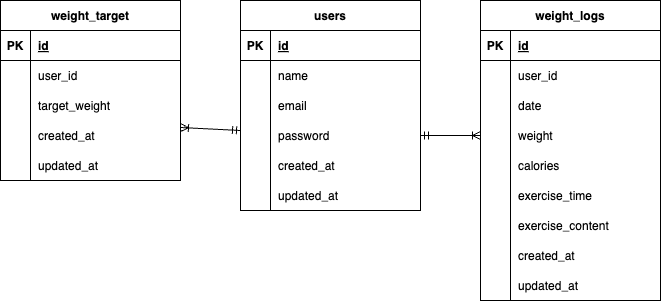
Earlier version of the draw.io export PiGLy.drawio.png (saaya0401/PiGLy). Source tidied: cells renumbered, new cells last; positions are measured from the earlier drawing's top-left corner, leaving out a move shared by most shapes. Source of this version:
```xml
<mxGraphModel>
  <root>
    <mxCell id="0" />
    <mxCell id="1" parent="0" />
    <mxCell id="2" value="users" style="shape=table;startSize=30;rowLines=0;fontStyle=1;align=center;" parent="1" vertex="1">
      <mxGeometry x="240" width="180" height="210" as="geometry" />
    </mxCell>
    <mxCell id="3" style="shape=tableRow;horizontal=0;startSize=0;swimlaneHead=0;swimlaneBody=0;fillColor=none;top=0;left=0;right=0;bottom=1;" parent="2" vertex="1">
      <mxGeometry y="30" width="180" height="30" as="geometry" />
    </mxCell>
    <mxCell id="4" value="PK" style="shape=partialRectangle;fillColor=none;top=0;left=0;bottom=0;right=0;fontStyle=1;overflow=hidden;" parent="3" vertex="1">
      <mxGeometry width="30" height="30" as="geometry" />
    </mxCell>
    <mxCell id="5" value="id" style="shape=partialRectangle;fillColor=none;top=0;left=0;bottom=0;right=0;align=left;spacingLeft=6;fontStyle=5;overflow=hidden;" parent="3" vertex="1">
      <mxGeometry x="30" width="150" height="30" as="geometry" />
    </mxCell>
    <mxCell id="6" style="shape=tableRow;horizontal=0;startSize=0;swimlaneHead=0;swimlaneBody=0;fillColor=none;top=0;left=0;right=0;bottom=0;" parent="2" vertex="1">
      <mxGeometry y="60" width="180" height="30" as="geometry" />
    </mxCell>
    <mxCell id="7" style="shape=partialRectangle;fillColor=none;top=0;left=0;bottom=0;right=0;overflow=hidden;" parent="6" vertex="1">
      <mxGeometry width="30" height="30" as="geometry" />
    </mxCell>
    <mxCell id="8" value="name" style="shape=partialRectangle;fillColor=none;top=0;left=0;bottom=0;right=0;align=left;spacingLeft=6;overflow=hidden;" parent="6" vertex="1">
      <mxGeometry x="30" width="150" height="30" as="geometry" />
    </mxCell>
    <mxCell id="9" style="shape=tableRow;horizontal=0;startSize=0;swimlaneHead=0;swimlaneBody=0;fillColor=none;top=0;left=0;right=0;bottom=0;" parent="2" vertex="1">
      <mxGeometry y="90" width="180" height="30" as="geometry" />
    </mxCell>
    <mxCell id="10" style="shape=partialRectangle;fillColor=none;top=0;left=0;bottom=0;right=0;overflow=hidden;" parent="9" vertex="1">
      <mxGeometry width="30" height="30" as="geometry" />
    </mxCell>
    <mxCell id="11" value="email" style="shape=partialRectangle;fillColor=none;top=0;left=0;bottom=0;right=0;align=left;spacingLeft=6;overflow=hidden;" parent="9" vertex="1">
      <mxGeometry x="30" width="150" height="30" as="geometry" />
    </mxCell>
    <mxCell id="12" style="shape=tableRow;horizontal=0;startSize=0;swimlaneHead=0;swimlaneBody=0;fillColor=none;points=[[0,0.5],[1,0.5]];portConstraint=eastwest;top=0;left=0;right=0;bottom=0;" parent="2" vertex="1">
      <mxGeometry y="120" width="180" height="30" as="geometry" />
    </mxCell>
    <mxCell id="13" style="shape=partialRectangle;fillColor=none;top=0;left=0;bottom=0;right=0;overflow=hidden;" parent="12" vertex="1">
      <mxGeometry width="30" height="30" as="geometry" />
    </mxCell>
    <mxCell id="14" value="password" style="shape=partialRectangle;fillColor=none;top=0;left=0;bottom=0;right=0;align=left;spacingLeft=6;overflow=hidden;" parent="12" vertex="1">
      <mxGeometry x="30" width="150" height="30" as="geometry" />
    </mxCell>
    <mxCell id="15" style="shape=tableRow;horizontal=0;startSize=0;swimlaneHead=0;swimlaneBody=0;fillColor=none;top=0;left=0;right=0;bottom=0;" parent="2" vertex="1">
      <mxGeometry y="150" width="180" height="30" as="geometry" />
    </mxCell>
    <mxCell id="16" style="shape=partialRectangle;fillColor=none;top=0;left=0;bottom=0;right=0;overflow=hidden;" parent="15" vertex="1">
      <mxGeometry width="30" height="30" as="geometry" />
    </mxCell>
    <mxCell id="17" value="created_at" style="shape=partialRectangle;fillColor=none;top=0;left=0;bottom=0;right=0;align=left;spacingLeft=6;overflow=hidden;" parent="15" vertex="1">
      <mxGeometry x="30" width="150" height="30" as="geometry" />
    </mxCell>
    <mxCell id="18" style="shape=tableRow;horizontal=0;startSize=0;swimlaneHead=0;swimlaneBody=0;fillColor=none;top=0;left=0;right=0;bottom=0;" parent="2" vertex="1">
      <mxGeometry y="180" width="180" height="30" as="geometry" />
    </mxCell>
    <mxCell id="19" style="shape=partialRectangle;fillColor=none;top=0;left=0;bottom=0;right=0;overflow=hidden;" parent="18" vertex="1">
      <mxGeometry width="30" height="30" as="geometry" />
    </mxCell>
    <mxCell id="20" value="updated_at" style="shape=partialRectangle;fillColor=none;top=0;left=0;bottom=0;right=0;align=left;spacingLeft=6;overflow=hidden;" parent="18" vertex="1">
      <mxGeometry x="30" width="150" height="30" as="geometry" />
    </mxCell>
    <mxCell id="21" value="weight_target" style="shape=table;startSize=30;rowLines=0;fontStyle=1;align=center;" parent="1" vertex="1">
      <mxGeometry width="180" height="180" as="geometry" />
    </mxCell>
    <mxCell id="22" style="shape=tableRow;horizontal=0;startSize=0;swimlaneHead=0;swimlaneBody=0;fillColor=none;top=0;left=0;right=0;bottom=1;" parent="21" vertex="1">
      <mxGeometry y="30" width="180" height="30" as="geometry" />
    </mxCell>
    <mxCell id="23" value="PK" style="shape=partialRectangle;fillColor=none;top=0;left=0;bottom=0;right=0;fontStyle=1;overflow=hidden;" parent="22" vertex="1">
      <mxGeometry width="30" height="30" as="geometry" />
    </mxCell>
    <mxCell id="24" value="id" style="shape=partialRectangle;fillColor=none;top=0;left=0;bottom=0;right=0;align=left;spacingLeft=6;fontStyle=5;overflow=hidden;" parent="22" vertex="1">
      <mxGeometry x="30" width="150" height="30" as="geometry" />
    </mxCell>
    <mxCell id="25" style="shape=tableRow;horizontal=0;startSize=0;swimlaneHead=0;swimlaneBody=0;fillColor=none;top=0;left=0;right=0;bottom=0;" parent="21" vertex="1">
      <mxGeometry y="60" width="180" height="30" as="geometry" />
    </mxCell>
    <mxCell id="26" style="shape=partialRectangle;fillColor=none;top=0;left=0;bottom=0;right=0;overflow=hidden;" parent="25" vertex="1">
      <mxGeometry width="30" height="30" as="geometry" />
    </mxCell>
    <mxCell id="27" value="user_id" style="shape=partialRectangle;fillColor=none;top=0;left=0;bottom=0;right=0;align=left;spacingLeft=6;overflow=hidden;" parent="25" vertex="1">
      <mxGeometry x="30" width="150" height="30" as="geometry" />
    </mxCell>
    <mxCell id="28" style="shape=tableRow;horizontal=0;startSize=0;swimlaneHead=0;swimlaneBody=0;fillColor=none;top=0;left=0;right=0;bottom=0;" parent="21" vertex="1">
      <mxGeometry y="90" width="180" height="30" as="geometry" />
    </mxCell>
    <mxCell id="29" style="shape=partialRectangle;fillColor=none;top=0;left=0;bottom=0;right=0;overflow=hidden;" parent="28" vertex="1">
      <mxGeometry width="30" height="30" as="geometry" />
    </mxCell>
    <mxCell id="30" value="target_weight" style="shape=partialRectangle;fillColor=none;top=0;left=0;bottom=0;right=0;align=left;spacingLeft=6;overflow=hidden;" parent="28" vertex="1">
      <mxGeometry x="30" width="150" height="30" as="geometry" />
    </mxCell>
    <mxCell id="31" style="shape=tableRow;horizontal=0;startSize=0;swimlaneHead=0;swimlaneBody=0;fillColor=none;top=0;left=0;right=0;bottom=0;" parent="21" vertex="1">
      <mxGeometry y="120" width="180" height="30" as="geometry" />
    </mxCell>
    <mxCell id="32" style="shape=partialRectangle;fillColor=none;top=0;left=0;bottom=0;right=0;overflow=hidden;" parent="31" vertex="1">
      <mxGeometry width="30" height="30" as="geometry" />
    </mxCell>
    <mxCell id="33" value="created_at" style="shape=partialRectangle;fillColor=none;top=0;left=0;bottom=0;right=0;align=left;spacingLeft=6;overflow=hidden;" parent="31" vertex="1">
      <mxGeometry x="30" width="150" height="30" as="geometry" />
    </mxCell>
    <mxCell id="34" style="shape=tableRow;horizontal=0;startSize=0;swimlaneHead=0;swimlaneBody=0;fillColor=none;top=0;left=0;right=0;bottom=0;" parent="21" vertex="1">
      <mxGeometry y="150" width="180" height="30" as="geometry" />
    </mxCell>
    <mxCell id="35" style="shape=partialRectangle;fillColor=none;top=0;left=0;bottom=0;right=0;overflow=hidden;" parent="34" vertex="1">
      <mxGeometry width="30" height="30" as="geometry" />
    </mxCell>
    <mxCell id="36" value="updated_at" style="shape=partialRectangle;fillColor=none;top=0;left=0;bottom=0;right=0;align=left;spacingLeft=6;overflow=hidden;" parent="34" vertex="1">
      <mxGeometry x="30" width="150" height="30" as="geometry" />
    </mxCell>
    <mxCell id="37" value="weight_logs" style="shape=table;startSize=30;rowLines=0;fontStyle=1;align=center;" parent="1" vertex="1">
      <mxGeometry x="480" width="180" height="300" as="geometry" />
    </mxCell>
    <mxCell id="38" style="shape=tableRow;horizontal=0;startSize=0;swimlaneHead=0;swimlaneBody=0;fillColor=none;top=0;left=0;right=0;bottom=1;" parent="37" vertex="1">
      <mxGeometry y="30" width="180" height="30" as="geometry" />
    </mxCell>
    <mxCell id="39" value="PK" style="shape=partialRectangle;fillColor=none;top=0;left=0;bottom=0;right=0;fontStyle=1;overflow=hidden;" parent="38" vertex="1">
      <mxGeometry width="30" height="30" as="geometry" />
    </mxCell>
    <mxCell id="40" value="id" style="shape=partialRectangle;fillColor=none;top=0;left=0;bottom=0;right=0;align=left;spacingLeft=6;fontStyle=5;overflow=hidden;" parent="38" vertex="1">
      <mxGeometry x="30" width="150" height="30" as="geometry" />
    </mxCell>
    <mxCell id="41" style="shape=tableRow;horizontal=0;startSize=0;swimlaneHead=0;swimlaneBody=0;fillColor=none;top=0;left=0;right=0;bottom=0;" parent="37" vertex="1">
      <mxGeometry y="60" width="180" height="30" as="geometry" />
    </mxCell>
    <mxCell id="42" style="shape=partialRectangle;fillColor=none;top=0;left=0;bottom=0;right=0;overflow=hidden;" parent="41" vertex="1">
      <mxGeometry width="30" height="30" as="geometry" />
    </mxCell>
    <mxCell id="43" value="user_id" style="shape=partialRectangle;fillColor=none;top=0;left=0;bottom=0;right=0;align=left;spacingLeft=6;overflow=hidden;" parent="41" vertex="1">
      <mxGeometry x="30" width="150" height="30" as="geometry" />
    </mxCell>
    <mxCell id="44" style="shape=tableRow;horizontal=0;startSize=0;swimlaneHead=0;swimlaneBody=0;fillColor=none;top=0;left=0;right=0;bottom=0;" parent="37" vertex="1">
      <mxGeometry y="90" width="180" height="30" as="geometry" />
    </mxCell>
    <mxCell id="45" style="shape=partialRectangle;fillColor=none;top=0;left=0;bottom=0;right=0;overflow=hidden;" parent="44" vertex="1">
      <mxGeometry width="30" height="30" as="geometry" />
    </mxCell>
    <mxCell id="46" value="date" style="shape=partialRectangle;fillColor=none;top=0;left=0;bottom=0;right=0;align=left;spacingLeft=6;overflow=hidden;" parent="44" vertex="1">
      <mxGeometry x="30" width="150" height="30" as="geometry" />
    </mxCell>
    <mxCell id="47" style="shape=tableRow;horizontal=0;startSize=0;swimlaneHead=0;swimlaneBody=0;fillColor=none;points=[[0,0.5],[1,0.5]];portConstraint=eastwest;top=0;left=0;right=0;bottom=0;" parent="37" vertex="1">
      <mxGeometry y="120" width="180" height="30" as="geometry" />
    </mxCell>
    <mxCell id="48" style="shape=partialRectangle;fillColor=none;top=0;left=0;bottom=0;right=0;overflow=hidden;" parent="47" vertex="1">
      <mxGeometry width="30" height="30" as="geometry" />
    </mxCell>
    <mxCell id="49" value="weight" style="shape=partialRectangle;fillColor=none;top=0;left=0;bottom=0;right=0;align=left;spacingLeft=6;overflow=hidden;" parent="47" vertex="1">
      <mxGeometry x="30" width="150" height="30" as="geometry" />
    </mxCell>
    <mxCell id="50" style="shape=tableRow;horizontal=0;startSize=0;swimlaneHead=0;swimlaneBody=0;fillColor=none;top=0;left=0;right=0;bottom=0;" parent="37" vertex="1">
      <mxGeometry y="150" width="180" height="30" as="geometry" />
    </mxCell>
    <mxCell id="51" style="shape=partialRectangle;fillColor=none;top=0;left=0;bottom=0;right=0;overflow=hidden;" parent="50" vertex="1">
      <mxGeometry width="30" height="30" as="geometry" />
    </mxCell>
    <mxCell id="52" value="calories" style="shape=partialRectangle;fillColor=none;top=0;left=0;bottom=0;right=0;align=left;spacingLeft=6;overflow=hidden;" parent="50" vertex="1">
      <mxGeometry x="30" width="150" height="30" as="geometry" />
    </mxCell>
    <mxCell id="53" style="shape=tableRow;horizontal=0;startSize=0;swimlaneHead=0;swimlaneBody=0;fillColor=none;top=0;left=0;right=0;bottom=0;" parent="37" vertex="1">
      <mxGeometry y="180" width="180" height="30" as="geometry" />
    </mxCell>
    <mxCell id="54" style="shape=partialRectangle;fillColor=none;top=0;left=0;bottom=0;right=0;overflow=hidden;" parent="53" vertex="1">
      <mxGeometry width="30" height="30" as="geometry" />
    </mxCell>
    <mxCell id="55" value="exercise_time" style="shape=partialRectangle;fillColor=none;top=0;left=0;bottom=0;right=0;align=left;spacingLeft=6;overflow=hidden;" parent="53" vertex="1">
      <mxGeometry x="30" width="150" height="30" as="geometry" />
    </mxCell>
    <mxCell id="56" style="shape=tableRow;horizontal=0;startSize=0;swimlaneHead=0;swimlaneBody=0;fillColor=none;top=0;left=0;right=0;bottom=0;" parent="37" vertex="1">
      <mxGeometry y="210" width="180" height="30" as="geometry" />
    </mxCell>
    <mxCell id="57" style="shape=partialRectangle;fillColor=none;top=0;left=0;bottom=0;right=0;overflow=hidden;" parent="56" vertex="1">
      <mxGeometry width="30" height="30" as="geometry" />
    </mxCell>
    <mxCell id="58" value="exercise_content" style="shape=partialRectangle;fillColor=none;top=0;left=0;bottom=0;right=0;align=left;spacingLeft=6;overflow=hidden;" parent="56" vertex="1">
      <mxGeometry x="30" width="150" height="30" as="geometry" />
    </mxCell>
    <mxCell id="59" style="shape=tableRow;horizontal=0;startSize=0;swimlaneHead=0;swimlaneBody=0;fillColor=none;top=0;left=0;right=0;bottom=0;" parent="37" vertex="1">
      <mxGeometry y="240" width="180" height="30" as="geometry" />
    </mxCell>
    <mxCell id="60" style="shape=partialRectangle;fillColor=none;top=0;left=0;bottom=0;right=0;overflow=hidden;" parent="59" vertex="1">
      <mxGeometry width="30" height="30" as="geometry" />
    </mxCell>
    <mxCell id="61" value="created_at" style="shape=partialRectangle;fillColor=none;top=0;left=0;bottom=0;right=0;align=left;spacingLeft=6;overflow=hidden;" parent="59" vertex="1">
      <mxGeometry x="30" width="150" height="30" as="geometry" />
    </mxCell>
    <mxCell id="62" style="shape=tableRow;horizontal=0;startSize=0;swimlaneHead=0;swimlaneBody=0;fillColor=none;top=0;left=0;right=0;bottom=0;" parent="37" vertex="1">
      <mxGeometry y="270" width="180" height="30" as="geometry" />
    </mxCell>
    <mxCell id="63" style="shape=partialRectangle;fillColor=none;top=0;left=0;bottom=0;right=0;overflow=hidden;" parent="62" vertex="1">
      <mxGeometry width="30" height="30" as="geometry" />
    </mxCell>
    <mxCell id="64" value="updated_at" style="shape=partialRectangle;fillColor=none;top=0;left=0;bottom=0;right=0;align=left;spacingLeft=6;overflow=hidden;" parent="62" vertex="1">
      <mxGeometry x="30" width="150" height="30" as="geometry" />
    </mxCell>
    <mxCell id="65" style="fontSize=12;html=1;endArrow=ERoneToMany;startArrow=ERmandOne;exitX=0;exitY=0.333;exitDx=0;exitDy=0;exitPerimeter=0;" parent="1" edge="1" source="12">
      <mxGeometry relative="1" as="geometry">
        <mxPoint x="180" y="127" as="targetPoint" />
      </mxGeometry>
    </mxCell>
    <mxCell id="66" style="fontSize=12;html=1;endArrow=ERoneToMany;startArrow=ERmandOne;exitX=1;exitY=0.5;exitDx=0;exitDy=0;entryX=0;entryY=0.5;entryDx=0;entryDy=0;" parent="1" edge="1" source="12" target="47">
      <mxGeometry relative="1" as="geometry" />
    </mxCell>
  </root>
</mxGraphModel>
```
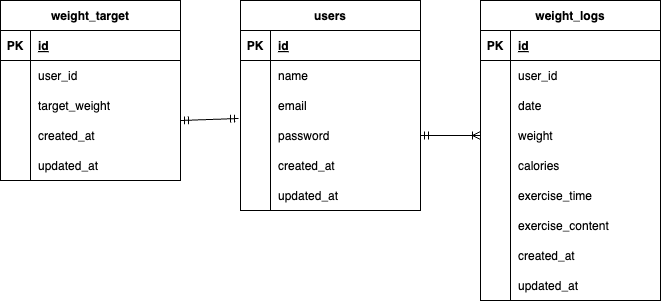
The same diagram one commit later.

Change to the diagram source:
```diff
@@ -191,13 +191,13 @@
     <mxCell id="64" value="updated_at" style="shape=partialRectangle;fillColor=none;top=0;left=0;bottom=0;right=0;align=left;spacingLeft=6;overflow=hidden;" parent="62" vertex="1">
       <mxGeometry x="30" width="150" height="30" as="geometry" />
     </mxCell>
-    <mxCell id="65" style="fontSize=12;html=1;endArrow=ERoneToMany;startArrow=ERmandOne;exitX=0;exitY=0.333;exitDx=0;exitDy=0;exitPerimeter=0;" parent="1" edge="1" source="12">
-      <mxGeometry relative="1" as="geometry">
-        <mxPoint x="180" y="127" as="targetPoint" />
-      </mxGeometry>
-    </mxCell>
     <mxCell id="66" style="fontSize=12;html=1;endArrow=ERoneToMany;startArrow=ERmandOne;exitX=1;exitY=0.5;exitDx=0;exitDy=0;entryX=0;entryY=0.5;entryDx=0;entryDy=0;" parent="1" edge="1" source="12" target="47">
       <mxGeometry relative="1" as="geometry" />
     </mxCell>
+    <mxCell id="67" style="fontSize=12;html=1;endArrow=ERmandOne;startArrow=ERmandOne;entryX=-0.011;entryY=-0.067;entryDx=0;entryDy=0;entryPerimeter=0;" parent="1" edge="1" target="12">
+      <mxGeometry relative="1" as="geometry">
+        <mxPoint x="180" y="120" as="sourcePoint" />
+      </mxGeometry>
+    </mxCell>
   </root>
 </mxGraphModel>
```
